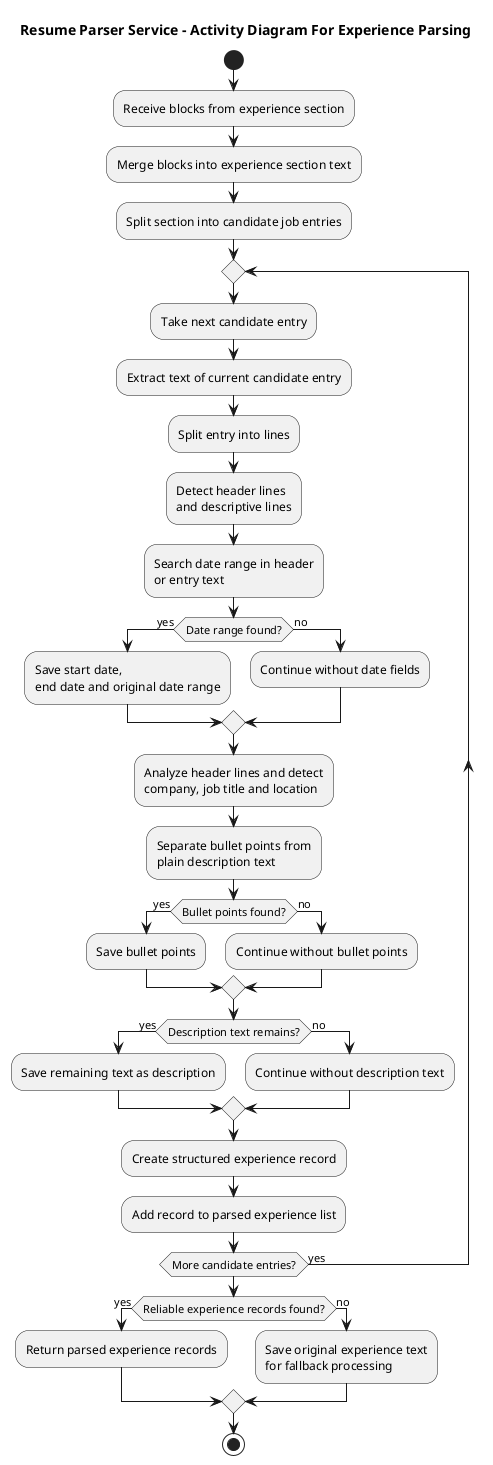
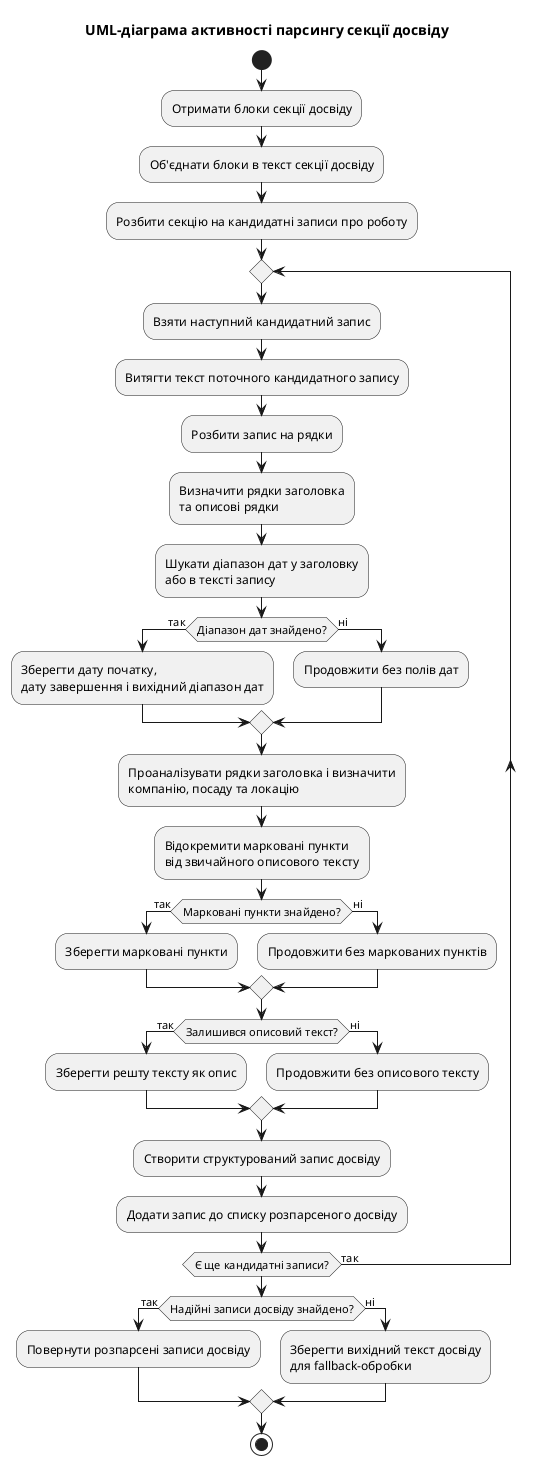
@startuml
- title Resume Parser Service - Activity Diagram For Experience Parsing
+ title UML-діаграма активності парсингу секції досвіду

start

- :Receive blocks from experience section;
- :Merge blocks into experience section text;
- :Split section into candidate job entries;
+ :Отримати блоки секції досвіду;
+ :Об'єднати блоки в текст секції досвіду;
+ :Розбити секцію на кандидатні записи про роботу;

repeat
-   :Take next candidate entry;
-   :Extract text of current candidate entry;
-   :Split entry into lines;
-   :Detect header lines\nand descriptive lines;
+   :Взяти наступний кандидатний запис;
+   :Витягти текст поточного кандидатного запису;
+   :Розбити запис на рядки;
+   :Визначити рядки заголовка\nта описові рядки;

-   :Search date range in header\nor entry text;
+   :Шукати діапазон дат у заголовку\nабо в тексті запису;

-   if (Date range found?) then (yes)
-     :Save start date,\nend date and original date range;
-   else (no)
-     :Continue without date fields;
+   if (Діапазон дат знайдено?) then (так)
+     :Зберегти дату початку,\nдату завершення і вихідний діапазон дат;
+   else (ні)
+     :Продовжити без полів дат;
  endif

-   :Analyze header lines and detect\ncompany, job title and location;
+   :Проаналізувати рядки заголовка і визначити\nкомпанію, посаду та локацію;

-   :Separate bullet points from\nplain description text;
+   :Відокремити марковані пункти\nвід звичайного описового тексту;

-   if (Bullet points found?) then (yes)
-     :Save bullet points;
-   else (no)
-     :Continue without bullet points;
+   if (Марковані пункти знайдено?) then (так)
+     :Зберегти марковані пункти;
+   else (ні)
+     :Продовжити без маркованих пунктів;
  endif

-   if (Description text remains?) then (yes)
-     :Save remaining text as description;
-   else (no)
-     :Continue without description text;
+   if (Залишився описовий текст?) then (так)
+     :Зберегти решту тексту як опис;
+   else (ні)
+     :Продовжити без описового тексту;
  endif

-   :Create structured experience record;
-   :Add record to parsed experience list;
+   :Створити структурований запис досвіду;
+   :Додати запис до списку розпарсеного досвіду;

- repeat while (More candidate entries?) is (yes)
+ repeat while (Є ще кандидатні записи?) is (так)

- if (Reliable experience records found?) then (yes)
-   :Return parsed experience records;
- else (no)
-   :Save original experience text\nfor fallback processing;
+ if (Надійні записи досвіду знайдено?) then (так)
+   :Повернути розпарсені записи досвіду;
+ else (ні)
+   :Зберегти вихідний текст досвіду\nдля fallback-обробки;
endif

stop
@enduml
